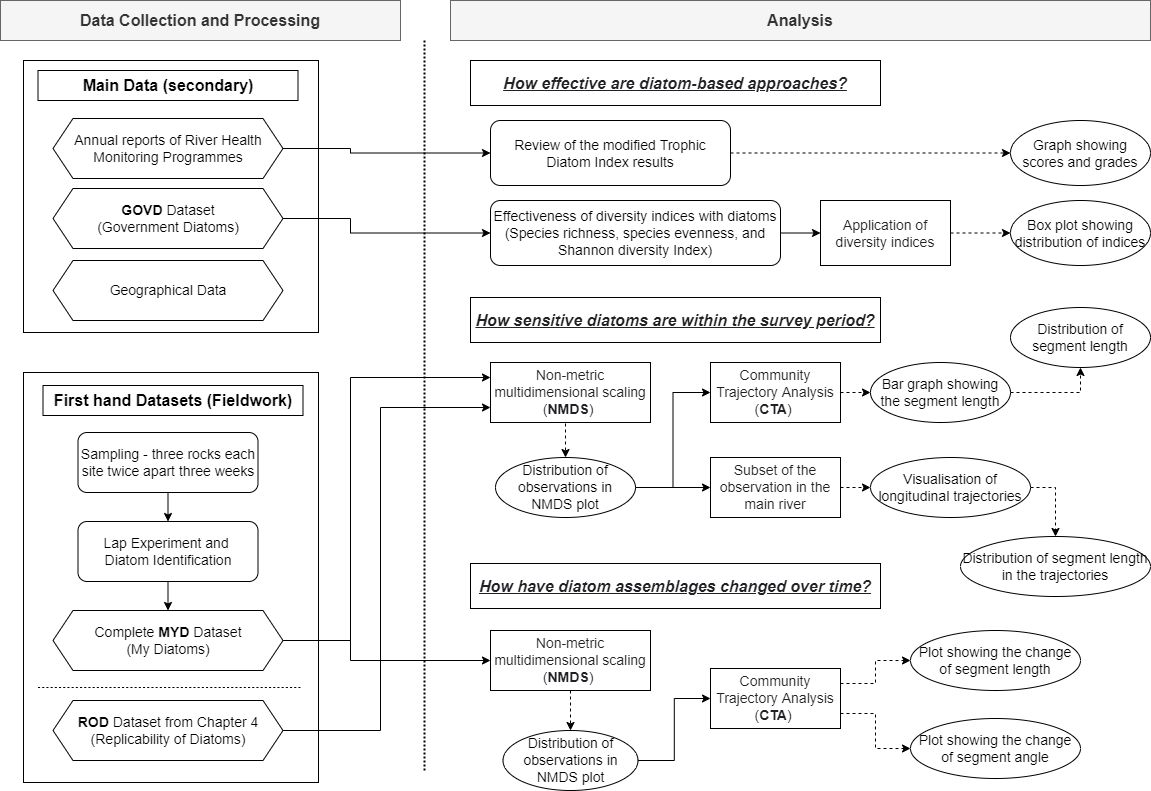
The draw.io diagram Chapter5_Flowchart.png in muyeoljung/PhD_Studyarea, before a commit. Source tidied: cells renumbered, new cells last; positions are measured from the earlier drawing's top-left corner, leaving out a move shared by most shapes.
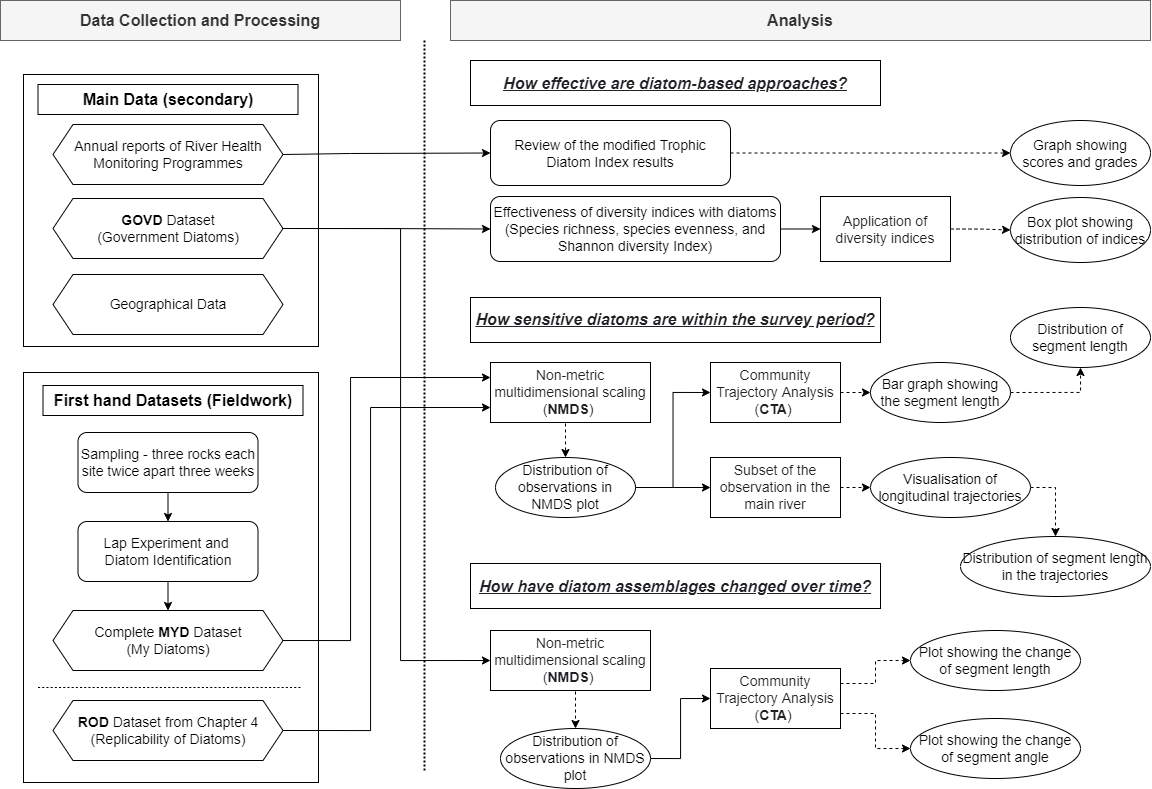
After the change.

What changed in the source:
```diff
@@ -6,16 +6,27 @@
       <mxGeometry x="23" y="372" width="295" height="410" as="geometry" />
     </mxCell>
     <mxCell id="3" style="rounded=0;whiteSpace=wrap;html=1;" parent="1" vertex="1">
-      <mxGeometry x="23" y="60" width="295" height="272" as="geometry" />
+      <mxGeometry x="23" y="74" width="295" height="272" as="geometry" />
     </mxCell>
     <mxCell id="4" value="&lt;font style=&quot;font-size: 16px&quot;&gt;Main Data (secondary)&lt;/font&gt;" style="rounded=0;whiteSpace=wrap;html=1;fontStyle=1;" parent="1" vertex="1">
-      <mxGeometry x="37.5" y="70" width="260" height="30" as="geometry" />
+      <mxGeometry x="37.5" y="84" width="260" height="30" as="geometry" />
     </mxCell>
+    <mxCell id="59" style="edgeStyle=orthogonalEdgeStyle;rounded=0;jettySize=auto;html=1;exitX=1;exitY=0.5;exitDx=0;exitDy=0;entryX=0;entryY=0.5;entryDx=0;entryDy=0;" parent="1" edge="1" source="5" target="14">
+      <mxGeometry relative="1" as="geometry">
+        <Array as="points">
+          <mxPoint x="400" y="228" />
+          <mxPoint x="400" y="660" />
+        </Array>
+      </mxGeometry>
+    </mxCell>
+    <mxCell id="60" style="edgeStyle=orthogonalEdgeStyle;rounded=0;jettySize=auto;html=1;exitX=1;exitY=0.5;exitDx=0;exitDy=0;entryX=0;entryY=0.5;entryDx=0;entryDy=0;" parent="1" edge="1" source="5" target="26">
+      <mxGeometry relative="1" as="geometry" />
+    </mxCell>
     <mxCell id="5" value="&lt;font style=&quot;font-size: 14px&quot;&gt;&lt;b&gt;GOVD&lt;/b&gt; Dataset&lt;br&gt;(Government Diatoms)&lt;br&gt;&lt;/font&gt;" style="shape=hexagon;perimeter=hexagonPerimeter2;whiteSpace=wrap;html=1;fixedSize=1;" parent="1" vertex="1">
-      <mxGeometry x="52.5" y="188" width="230" height="60" as="geometry" />
+      <mxGeometry x="52.5" y="198" width="230" height="60" as="geometry" />
     </mxCell>
     <mxCell id="6" value="&lt;font style=&quot;font-size: 14px&quot;&gt;Geographical Data&lt;/font&gt;" style="shape=hexagon;perimeter=hexagonPerimeter2;whiteSpace=wrap;html=1;fixedSize=1;" parent="1" vertex="1">
-      <mxGeometry x="52.5" y="260" width="230" height="60" as="geometry" />
+      <mxGeometry x="52.5" y="274" width="230" height="60" as="geometry" />
     </mxCell>
     <mxCell id="7" value="&lt;font size=&quot;1&quot;&gt;&lt;b style=&quot;font-size: 16px&quot;&gt;First hand Datasets (Fieldwork)&lt;/b&gt;&lt;/font&gt;" style="rounded=0;whiteSpace=wrap;html=1;" parent="1" vertex="1">
       <mxGeometry x="42.5" y="385" width="260" height="30" as="geometry" />
@@ -71,36 +82,20 @@
     <mxCell id="24" style="edgeStyle=orthogonalEdgeStyle;rounded=0;jettySize=auto;html=1;exitX=1;exitY=0.5;exitDx=0;exitDy=0;entryX=0;entryY=0.5;entryDx=0;entryDy=0;fontSize=14;" parent="1" edge="1" source="26" target="48">
       <mxGeometry relative="1" as="geometry" />
     </mxCell>
-    <mxCell id="25" style="edgeStyle=orthogonalEdgeStyle;rounded=0;jettySize=auto;html=1;exitX=0;exitY=0.5;exitDx=0;exitDy=0;entryX=1;entryY=0.5;entryDx=0;entryDy=0;startArrow=classic;startFill=1;endArrow=none;endFill=0;" parent="1" edge="1" source="26" target="5">
-      <mxGeometry relative="1" as="geometry">
-        <Array as="points">
-          <mxPoint x="350" y="233" />
-          <mxPoint x="350" y="218" />
-        </Array>
-      </mxGeometry>
-    </mxCell>
     <mxCell id="26" value="&lt;font style=&quot;font-size: 14px&quot;&gt;Effectiveness of diversity indices with diatoms&lt;br style=&quot;font-size: 14px&quot;&gt;(Species richness, species evenness, and Shannon diversity Index)&lt;/font&gt;" style="rounded=1;whiteSpace=wrap;html=1;shadow=0;sketch=0;align=center;fontSize=14;" parent="1" vertex="1">
-      <mxGeometry x="490" y="200" width="290" height="65" as="geometry" />
+      <mxGeometry x="490" y="196" width="290" height="65" as="geometry" />
     </mxCell>
     <mxCell id="27" style="edgeStyle=orthogonalEdgeStyle;rounded=0;jettySize=auto;html=1;exitX=1;exitY=0.5;exitDx=0;exitDy=0;startArrow=none;startFill=0;endArrow=classic;endFill=1;entryX=0;entryY=0.75;entryDx=0;entryDy=0;" parent="1" edge="1" source="28" target="18">
       <mxGeometry relative="1" as="geometry">
         <Array as="points">
-          <mxPoint x="380" y="730" />
-          <mxPoint x="380" y="407" />
+          <mxPoint x="370" y="730" />
+          <mxPoint x="370" y="407" />
         </Array>
       </mxGeometry>
     </mxCell>
     <mxCell id="28" value="&lt;font style=&quot;font-size: 14px&quot;&gt;&lt;b&gt;ROD&lt;/b&gt;&amp;nbsp;Dataset from Chapter 4&lt;br&gt;(Replicability of Diatoms)&lt;/font&gt;" style="shape=hexagon;perimeter=hexagonPerimeter2;whiteSpace=wrap;html=1;fixedSize=1;" parent="1" vertex="1">
       <mxGeometry x="52.5" y="700" width="230" height="60" as="geometry" />
     </mxCell>
-    <mxCell id="29" style="edgeStyle=orthogonalEdgeStyle;rounded=0;jettySize=auto;html=1;exitX=1;exitY=0.5;exitDx=0;exitDy=0;entryX=0;entryY=0.5;entryDx=0;entryDy=0;" parent="1" edge="1" source="31" target="14">
-      <mxGeometry relative="1" as="geometry">
-        <Array as="points">
-          <mxPoint x="350" y="640" />
-          <mxPoint x="350" y="660" />
-        </Array>
-      </mxGeometry>
-    </mxCell>
     <mxCell id="30" style="edgeStyle=orthogonalEdgeStyle;rounded=0;jettySize=auto;html=1;exitX=1;exitY=0.5;exitDx=0;exitDy=0;entryX=0;entryY=0.25;entryDx=0;entryDy=0;fontSize=14;" parent="1" edge="1" source="31" target="18">
       <mxGeometry relative="1" as="geometry">
         <Array as="points">
@@ -128,13 +123,13 @@
       <mxGeometry x="1010" y="120" width="140" height="65" as="geometry" />
     </mxCell>
     <mxCell id="37" value="Box plot showing distribution of indices" style="ellipse;whiteSpace=wrap;html=1;fontSize=14;" parent="1" vertex="1">
-      <mxGeometry x="1010" y="200" width="140" height="65" as="geometry" />
+      <mxGeometry x="1010" y="197" width="140" height="65" as="geometry" />
     </mxCell>
     <mxCell id="38" style="edgeStyle=orthogonalEdgeStyle;rounded=0;jettySize=auto;html=1;exitX=1;exitY=0.5;exitDx=0;exitDy=0;entryX=0;entryY=0.5;entryDx=0;entryDy=0;fontSize=14;startArrow=none;startFill=0;endArrow=classic;endFill=1;" parent="1" edge="1" source="39" target="21">
       <mxGeometry relative="1" as="geometry" />
     </mxCell>
     <mxCell id="39" value="&lt;font style=&quot;font-size: 14px&quot;&gt;Distribution of observations in NMDS plot&lt;/font&gt;" style="ellipse;whiteSpace=wrap;html=1;" parent="1" vertex="1">
-      <mxGeometry x="502.5" y="730" width="135" height="60" as="geometry" />
+      <mxGeometry x="500" y="728" width="150" height="60" as="geometry" />
     </mxCell>
     <mxCell id="40" style="edgeStyle=orthogonalEdgeStyle;rounded=0;jettySize=auto;html=1;exitX=1;exitY=0.5;exitDx=0;exitDy=0;entryX=0;entryY=0.5;entryDx=0;entryDy=0;fontSize=14;" parent="1" edge="1" source="41" target="34">
       <mxGeometry relative="1" as="geometry" />
@@ -154,19 +149,19 @@
     <mxCell id="45" style="edgeStyle=orthogonalEdgeStyle;rounded=0;jettySize=auto;html=1;exitX=1;exitY=0.5;exitDx=0;exitDy=0;entryX=0;entryY=0.5;entryDx=0;entryDy=0;startArrow=none;startFill=0;endArrow=classic;endFill=1;" parent="1" edge="1" source="46" target="23">
       <mxGeometry relative="1" as="geometry">
         <Array as="points">
-          <mxPoint x="350" y="148" />
+          <mxPoint x="283" y="153" />
           <mxPoint x="350" y="153" />
         </Array>
       </mxGeometry>
     </mxCell>
     <mxCell id="46" value="&lt;span style=&quot;font-size: 14px&quot;&gt;Annual reports of River Health Monitoring&amp;nbsp;&lt;/span&gt;&lt;span style=&quot;font-size: 14px&quot;&gt;Programmes&lt;/span&gt;" style="shape=hexagon;perimeter=hexagonPerimeter2;whiteSpace=wrap;html=1;fixedSize=1;" parent="1" vertex="1">
-      <mxGeometry x="52.5" y="118" width="230" height="60" as="geometry" />
+      <mxGeometry x="52.5" y="124" width="230" height="60" as="geometry" />
     </mxCell>
     <mxCell id="47" style="edgeStyle=orthogonalEdgeStyle;rounded=0;jettySize=auto;html=1;exitX=1;exitY=0.5;exitDx=0;exitDy=0;entryX=0;entryY=0.5;entryDx=0;entryDy=0;fontSize=14;dashed=1;" parent="1" edge="1" source="48" target="37">
       <mxGeometry relative="1" as="geometry" />
     </mxCell>
     <mxCell id="48" value="&lt;font style=&quot;font-size: 14px&quot;&gt;&lt;span style=&quot;color: rgb(32 , 33 , 36) ; font-family: &amp;#34;apple sd gothic neo&amp;#34; , &amp;#34;arial&amp;#34; , sans-serif ; background-color: rgb(255 , 255 , 255)&quot;&gt;Application of diversity indices&lt;br&gt;&lt;/span&gt;&lt;/font&gt;" style="rounded=0;whiteSpace=wrap;html=1;align=center;" parent="1" vertex="1">
-      <mxGeometry x="820" y="200" width="130" height="65" as="geometry" />
+      <mxGeometry x="820" y="196" width="130" height="65" as="geometry" />
     </mxCell>
     <mxCell id="49" value="&lt;span style=&quot;font-size: 14px&quot;&gt;Distribution of segment length&lt;/span&gt;" style="ellipse;whiteSpace=wrap;html=1;" parent="1" vertex="1">
       <mxGeometry x="1010" y="307" width="140" height="60" as="geometry" />
```
